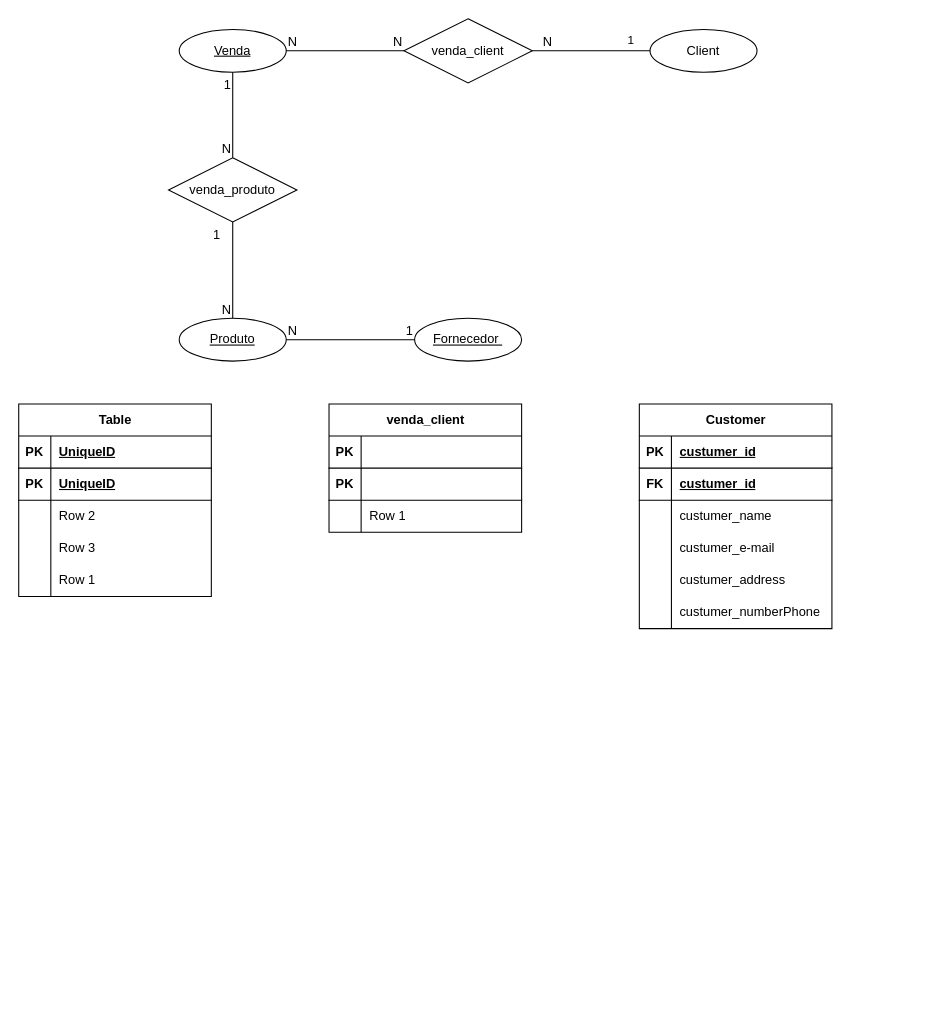
g-birocci/estudos keeps this draw.io diagram as trab_bd.drawio. Above is the earlier version. Source tidied: cells renumbered, new cells numbered last; positions are measured from the earlier drawing's top-left corner, leaving out a move shared by most shapes. Both pictures are drawn from the tidied source at 107%, with x=0, y=0 at pixel (18, 18).
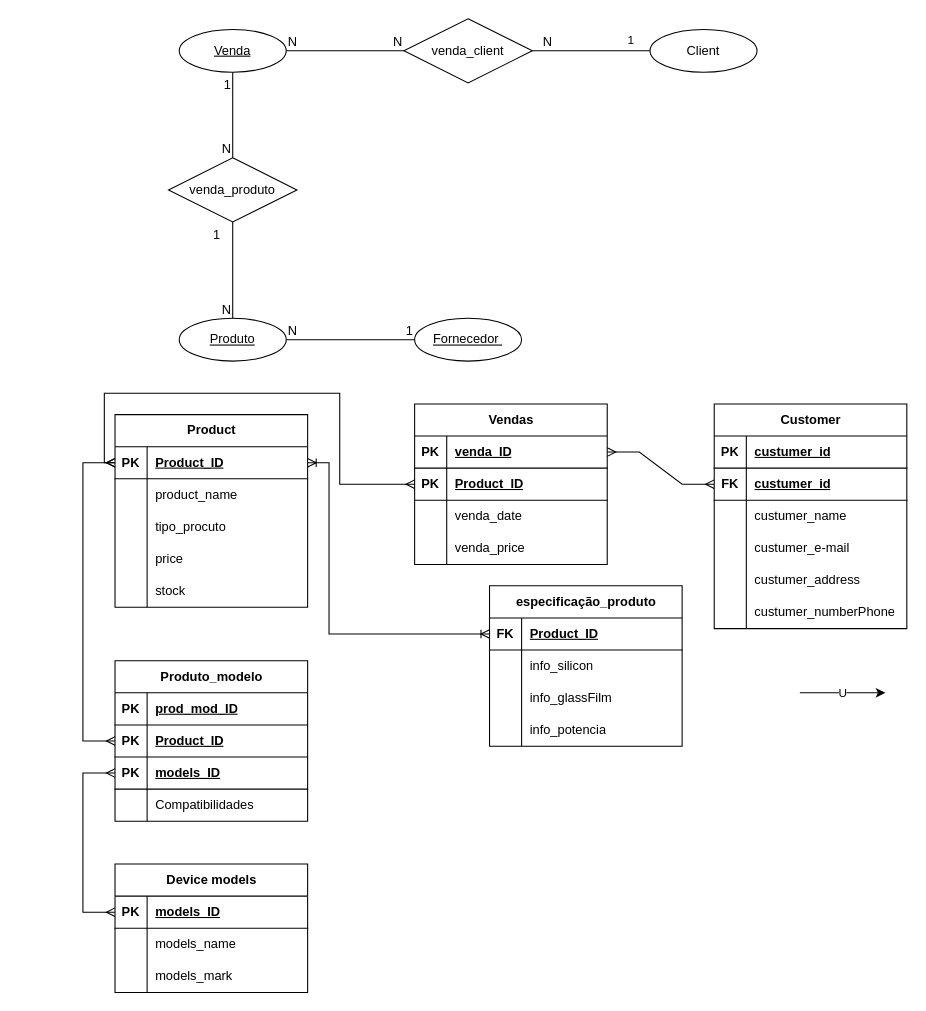
The same diagram, later.

The change refers to these unchanged cells:
```xml
<mxCell id="26" style="shape=tableRow;horizontal=0;startSize=0;swimlaneHead=0;swimlaneBody=0;fillColor=none;points=[[0,0.5],[1,0.5]];portConstraint=eastwest;top=0;left=0;right=0;bottom=1;" parent="22" vertex="1">
  <mxGeometry y="60" width="180" height="30" as="geometry" />
</mxCell>
<mxCell id="42" style="shape=tableRow;horizontal=0;startSize=0;swimlaneHead=0;swimlaneBody=0;fillColor=none;points=[[0,0.5],[1,0.5]];portConstraint=eastwest;top=0;left=0;right=0;bottom=1;" parent="41" vertex="1">
  <mxGeometry y="30" width="180" height="30" as="geometry" />
</mxCell>
<mxCell id="45" style="shape=tableRow;horizontal=0;startSize=0;swimlaneHead=0;swimlaneBody=0;fillColor=none;points=[[0,0.5],[1,0.5]];portConstraint=eastwest;top=0;left=0;right=0;bottom=1;" parent="41" vertex="1">
  <mxGeometry y="60" width="180" height="30" as="geometry" />
</mxCell>
<mxCell id="48" style="shape=tableRow;horizontal=0;startSize=0;swimlaneHead=0;swimlaneBody=0;fillColor=none;top=0;left=0;right=0;bottom=0;" parent="41" vertex="1">
  <mxGeometry y="90" width="180" height="30" as="geometry" />
</mxCell>
<mxCell id="51" style="shape=tableRow;horizontal=0;startSize=0;swimlaneHead=0;swimlaneBody=0;fillColor=none;top=0;left=0;right=0;bottom=0;" parent="41" vertex="1">
  <mxGeometry y="120" width="180" height="30" as="geometry" />
</mxCell>
```

The edit, as a diff of the source:
```diff
@@
+    <mxCell id="67" value="Produto_modelo" style="shape=table;startSize=30;childLayout=tableLayout;rowLines=0;fontStyle=1;align=center;html=1;" parent="1" vertex="1">
+      <mxGeometry x="90" y="600" width="180" height="150" as="geometry" />
+    </mxCell>
+    <mxCell id="68" style="shape=tableRow;horizontal=0;startSize=0;swimlaneHead=0;swimlaneBody=0;fillColor=none;top=0;left=0;right=0;bottom=1;" parent="67" vertex="1">
+      <mxGeometry y="30" width="180" height="30" as="geometry" />
+    </mxCell>
+    <mxCell id="69" value="PK" style="shape=partialRectangle;fillColor=none;top=0;left=0;bottom=0;right=0;fontStyle=1;overflow=hidden;whiteSpace=wrap;html=1;" parent="68" vertex="1">
+      <mxGeometry width="30" height="30" as="geometry" />
+    </mxCell>
+    <mxCell id="70" value="prod_mod_ID" style="shape=partialRectangle;fillColor=none;top=0;left=0;bottom=0;right=0;align=left;spacingLeft=6;fontStyle=5;overflow=hidden;whiteSpace=wrap;html=1;" parent="68" vertex="1">
+      <mxGeometry x="30" width="150" height="30" as="geometry" />
+    </mxCell>
+    <mxCell id="61" style="shape=tableRow;horizontal=0;startSize=0;swimlaneHead=0;swimlaneBody=0;fillColor=none;points=[[0,0.5],[1,0.5]];portConstraint=eastwest;top=0;left=0;right=0;bottom=1;" parent="67" vertex="1">
+      <mxGeometry y="60" width="180" height="30" as="geometry" />
+    </mxCell>
+    <mxCell id="71" value="PK" style="shape=partialRectangle;fillColor=none;top=0;left=0;bottom=0;right=0;fontStyle=1;overflow=hidden;whiteSpace=wrap;html=1;" parent="61" vertex="1">
+      <mxGeometry width="30" height="30" as="geometry" />
+    </mxCell>
+    <mxCell id="72" value="Product_ID" style="shape=partialRectangle;fillColor=none;top=0;left=0;bottom=0;right=0;align=left;spacingLeft=6;fontStyle=5;overflow=hidden;whiteSpace=wrap;html=1;" parent="61" vertex="1">
+      <mxGeometry x="30" width="150" height="30" as="geometry" />
+    </mxCell>
+    <mxCell id="73" style="shape=tableRow;horizontal=0;startSize=0;swimlaneHead=0;swimlaneBody=0;fillColor=none;points=[[0,0.5],[1,0.5]];portConstraint=eastwest;top=0;left=0;right=0;bottom=1;" parent="67" vertex="1">
+      <mxGeometry y="90" width="180" height="30" as="geometry" />
+    </mxCell>
+    <mxCell id="74" value="PK" style="shape=partialRectangle;fillColor=none;top=0;left=0;bottom=0;right=0;fontStyle=1;overflow=hidden;whiteSpace=wrap;html=1;" parent="73" vertex="1">
+      <mxGeometry width="30" height="30" as="geometry" />
+    </mxCell>
+    <mxCell id="75" value="models_ID" style="shape=partialRectangle;fillColor=none;top=0;left=0;bottom=0;right=0;align=left;spacingLeft=6;fontStyle=5;overflow=hidden;whiteSpace=wrap;html=1;" parent="73" vertex="1">
+      <mxGeometry x="30" width="150" height="30" as="geometry" />
+    </mxCell>
+    <mxCell id="76" style="shape=tableRow;horizontal=0;startSize=0;swimlaneHead=0;swimlaneBody=0;fillColor=none;top=0;left=0;right=0;bottom=0;" parent="67" vertex="1">
+      <mxGeometry y="120" width="180" height="30" as="geometry" />
+    </mxCell>
+    <mxCell id="77" style="shape=partialRectangle;fillColor=none;top=0;left=0;bottom=0;right=0;overflow=hidden;whiteSpace=wrap;html=1;" parent="76" vertex="1">
+      <mxGeometry width="30" height="30" as="geometry" />
+    </mxCell>
+    <mxCell id="78" value="Compatibilidades&amp;nbsp;" style="shape=partialRectangle;fillColor=none;top=0;left=0;bottom=0;right=0;align=left;spacingLeft=6;overflow=hidden;whiteSpace=wrap;html=1;" parent="76" vertex="1">
+      <mxGeometry x="30" width="150" height="30" as="geometry" />
+    </mxCell>
@@
     <mxCell id="22" value="Customer" style="shape=table;startSize=30;childLayout=tableLayout;rowLines=0;fontStyle=1;align=center;html=1;" parent="1" vertex="1">
-      <mxGeometry x="580" y="360" width="180" height="210" as="geometry" />
+      <mxGeometry x="650" y="360" width="180" height="210" as="geometry" />
     </mxCell>
@@
-    <mxCell id="41" value="Table" style="shape=table;startSize=30;childLayout=tableLayout;rowLines=0;fontStyle=1;align=center;html=1;" parent="1" vertex="1">
-      <mxGeometry y="360" width="180" height="180" as="geometry" />
+    <mxCell id="41" value="Vendas" style="shape=table;startSize=30;childLayout=tableLayout;rowLines=0;fontStyle=1;align=center;html=1;" parent="1" vertex="1">
+      <mxGeometry x="370" y="360" width="180" height="150" as="geometry" />
     </mxCell>
@@
-    <mxCell id="44" value="UniqueID" style="shape=partialRectangle;fillColor=none;top=0;left=0;bottom=0;right=0;align=left;spacingLeft=6;fontStyle=5;overflow=hidden;whiteSpace=wrap;html=1;" parent="42" vertex="1">
+    <mxCell id="44" value="venda_ID" style="shape=partialRectangle;fillColor=none;top=0;left=0;bottom=0;right=0;align=left;spacingLeft=6;fontStyle=5;overflow=hidden;whiteSpace=wrap;html=1;" parent="42" vertex="1">
       <mxGeometry x="30" width="150" height="30" as="geometry" />
     </mxCell>
@@
-    <mxCell id="47" value="UniqueID" style="shape=partialRectangle;fillColor=none;top=0;left=0;bottom=0;right=0;align=left;spacingLeft=6;fontStyle=5;overflow=hidden;whiteSpace=wrap;html=1;" parent="45" vertex="1">
+    <mxCell id="47" value="Product_ID" style="shape=partialRectangle;fillColor=none;top=0;left=0;bottom=0;right=0;align=left;spacingLeft=6;fontStyle=5;overflow=hidden;whiteSpace=wrap;html=1;" parent="45" vertex="1">
       <mxGeometry x="30" width="150" height="30" as="geometry" />
     </mxCell>
@@
-    <mxCell id="50" value="Row 2" style="shape=partialRectangle;fillColor=none;top=0;left=0;bottom=0;right=0;align=left;spacingLeft=6;overflow=hidden;whiteSpace=wrap;html=1;" parent="48" vertex="1">
+    <mxCell id="50" value="venda_date" style="shape=partialRectangle;fillColor=none;top=0;left=0;bottom=0;right=0;align=left;spacingLeft=6;overflow=hidden;whiteSpace=wrap;html=1;" parent="48" vertex="1">
       <mxGeometry x="30" width="150" height="30" as="geometry" />
     </mxCell>
@@
-    <mxCell id="53" value="Row 3" style="shape=partialRectangle;fillColor=none;top=0;left=0;bottom=0;right=0;align=left;spacingLeft=6;overflow=hidden;whiteSpace=wrap;html=1;" parent="51" vertex="1">
+    <mxCell id="53" value="venda_price" style="shape=partialRectangle;fillColor=none;top=0;left=0;bottom=0;right=0;align=left;spacingLeft=6;overflow=hidden;whiteSpace=wrap;html=1;" parent="51" vertex="1">
       <mxGeometry x="30" width="150" height="30" as="geometry" />
     </mxCell>
+    <mxCell id="79" style="edgeStyle=entityRelationEdgeStyle;fontSize=12;html=1;endArrow=ERmany;startArrow=ERmany;rounded=0;exitX=1;exitY=0.5;exitDx=0;exitDy=0;entryX=0;entryY=0.5;entryDx=0;entryDy=0;" parent="1" edge="1" source="42" target="26">
+      <mxGeometry relative="1" as="geometry" />
+    </mxCell>
+    <mxCell id="80" style="edgeStyle=orthogonalEdgeStyle;fontSize=12;html=1;endArrow=ERmany;startArrow=ERmany;rounded=0;exitX=0;exitY=0.5;exitDx=0;exitDy=0;entryX=0;entryY=0.5;entryDx=0;entryDy=0;" parent="1" edge="1" source="82" target="45">
+      <mxGeometry relative="1" as="geometry">
+        <Array as="points">
+          <mxPoint x="80" y="415" />
+          <mxPoint x="80" y="350" />
+          <mxPoint x="300" y="350" />
+          <mxPoint x="300" y="435" />
+        </Array>
+      </mxGeometry>
+    </mxCell>
+    <mxCell id="81" value="Product" style="shape=table;startSize=30;childLayout=tableLayout;rowLines=0;fontStyle=1;align=center;html=1;" parent="1" vertex="1">
+      <mxGeometry x="90" y="370" width="180" height="180" as="geometry" />
+    </mxCell>
+    <mxCell id="82" style="shape=tableRow;horizontal=0;startSize=0;swimlaneHead=0;swimlaneBody=0;fillColor=none;points=[[0,0.5],[1,0.5]];portConstraint=eastwest;top=0;left=0;right=0;bottom=1;" parent="81" vertex="1">
+      <mxGeometry y="30" width="180" height="30" as="geometry" />
+    </mxCell>
+    <mxCell id="83" value="PK" style="shape=partialRectangle;fillColor=none;top=0;left=0;bottom=0;right=0;fontStyle=1;overflow=hidden;whiteSpace=wrap;html=1;" parent="82" vertex="1">
+      <mxGeometry width="30" height="30" as="geometry" />
+    </mxCell>
+    <mxCell id="84" value="Product_ID" style="shape=partialRectangle;fillColor=none;top=0;left=0;bottom=0;right=0;align=left;spacingLeft=6;fontStyle=5;overflow=hidden;whiteSpace=wrap;html=1;" parent="82" vertex="1">
+      <mxGeometry x="30" width="150" height="30" as="geometry" />
+    </mxCell>
+    <mxCell id="85" style="shape=tableRow;horizontal=0;startSize=0;swimlaneHead=0;swimlaneBody=0;fillColor=none;top=0;left=0;right=0;bottom=0;" parent="81" vertex="1">
+      <mxGeometry y="60" width="180" height="30" as="geometry" />
+    </mxCell>
+    <mxCell id="86" style="shape=partialRectangle;fillColor=none;top=0;left=0;bottom=0;right=0;overflow=hidden;whiteSpace=wrap;html=1;" parent="85" vertex="1">
+      <mxGeometry width="30" height="30" as="geometry" />
+    </mxCell>
+    <mxCell id="87" value="product_name" style="shape=partialRectangle;fillColor=none;top=0;left=0;bottom=0;right=0;align=left;spacingLeft=6;overflow=hidden;whiteSpace=wrap;html=1;" parent="85" vertex="1">
+      <mxGeometry x="30" width="150" height="30" as="geometry" />
+    </mxCell>
+    <mxCell id="88" style="shape=tableRow;horizontal=0;startSize=0;swimlaneHead=0;swimlaneBody=0;fillColor=none;top=0;left=0;right=0;bottom=0;" parent="81" vertex="1">
+      <mxGeometry y="90" width="180" height="30" as="geometry" />
+    </mxCell>
+    <mxCell id="89" style="shape=partialRectangle;fillColor=none;top=0;left=0;bottom=0;right=0;overflow=hidden;whiteSpace=wrap;html=1;" parent="88" vertex="1">
+      <mxGeometry width="30" height="30" as="geometry" />
+    </mxCell>
+    <mxCell id="90" value="tipo_procuto" style="shape=partialRectangle;fillColor=none;top=0;left=0;bottom=0;right=0;align=left;spacingLeft=6;overflow=hidden;whiteSpace=wrap;html=1;" parent="88" vertex="1">
+      <mxGeometry x="30" width="150" height="30" as="geometry" />
+    </mxCell>
+    <mxCell id="91" style="shape=tableRow;horizontal=0;startSize=0;swimlaneHead=0;swimlaneBody=0;fillColor=none;top=0;left=0;right=0;bottom=0;" parent="81" vertex="1">
+      <mxGeometry y="120" width="180" height="30" as="geometry" />
+    </mxCell>
+    <mxCell id="92" style="shape=partialRectangle;fillColor=none;top=0;left=0;bottom=0;right=0;overflow=hidden;whiteSpace=wrap;html=1;" parent="91" vertex="1">
+      <mxGeometry width="30" height="30" as="geometry" />
+    </mxCell>
+    <mxCell id="93" value="price" style="shape=partialRectangle;fillColor=none;top=0;left=0;bottom=0;right=0;align=left;spacingLeft=6;overflow=hidden;whiteSpace=wrap;html=1;" parent="91" vertex="1">
+      <mxGeometry x="30" width="150" height="30" as="geometry" />
+    </mxCell>
-    <mxCell id="54" style="shape=tableRow;horizontal=0;startSize=0;swimlaneHead=0;swimlaneBody=0;fillColor=none;top=0;left=0;right=0;bottom=0;" parent="41" vertex="1">
+    <mxCell id="54" style="shape=tableRow;horizontal=0;startSize=0;swimlaneHead=0;swimlaneBody=0;fillColor=none;top=0;left=0;right=0;bottom=0;" parent="81" vertex="1">
       <mxGeometry y="150" width="180" height="30" as="geometry" />
     </mxCell>
-    <mxCell id="55" style="shape=partialRectangle;fillColor=none;top=0;left=0;bottom=0;right=0;overflow=hidden;whiteSpace=wrap;html=1;" parent="54" vertex="1">
-      <mxGeometry width="30" height="30" as="geometry" />
-    </mxCell>
-    <mxCell id="56" value="Row 1" style="shape=partialRectangle;fillColor=none;top=0;left=0;bottom=0;right=0;align=left;spacingLeft=6;overflow=hidden;whiteSpace=wrap;html=1;" parent="54" vertex="1">
-      <mxGeometry x="30" width="150" height="30" as="geometry" />
-    </mxCell>
-    <mxCell id="57" value="venda_client" style="shape=table;startSize=30;childLayout=tableLayout;rowLines=0;fontStyle=1;align=center;html=1;" parent="1" vertex="1">
-      <mxGeometry x="290" y="360" width="180" height="120" as="geometry" />
-    </mxCell>
-    <mxCell id="58" style="shape=tableRow;horizontal=0;startSize=0;swimlaneHead=0;swimlaneBody=0;fillColor=none;top=0;left=0;right=0;bottom=1;" parent="57" vertex="1">
-      <mxGeometry y="30" width="180" height="30" as="geometry" />
-    </mxCell>
-    <mxCell id="59" value="PK" style="shape=partialRectangle;fillColor=none;top=0;left=0;bottom=0;right=0;fontStyle=1;overflow=hidden;whiteSpace=wrap;html=1;" parent="58" vertex="1">
-      <mxGeometry width="30" height="30" as="geometry" />
-    </mxCell>
-    <mxCell id="60" style="shape=partialRectangle;fillColor=none;top=0;left=0;bottom=0;right=0;align=left;spacingLeft=6;fontStyle=5;overflow=hidden;whiteSpace=wrap;html=1;" parent="58" vertex="1">
-      <mxGeometry x="30" width="150" height="30" as="geometry" />
-    </mxCell>
-    <mxCell id="61" style="shape=tableRow;horizontal=0;startSize=0;swimlaneHead=0;swimlaneBody=0;fillColor=none;points=[[0,0.5],[1,0.5]];portConstraint=eastwest;top=0;left=0;right=0;bottom=1;" parent="57" vertex="1">
-      <mxGeometry y="60" width="180" height="30" as="geometry" />
-    </mxCell>
-    <mxCell id="62" value="PK" style="shape=partialRectangle;fillColor=none;top=0;left=0;bottom=0;right=0;fontStyle=1;overflow=hidden;whiteSpace=wrap;html=1;" parent="61" vertex="1">
-      <mxGeometry width="30" height="30" as="geometry" />
-    </mxCell>
-    <mxCell id="63" style="shape=partialRectangle;fillColor=none;top=0;left=0;bottom=0;right=0;align=left;spacingLeft=6;fontStyle=5;overflow=hidden;whiteSpace=wrap;html=1;" parent="61" vertex="1">
-      <mxGeometry x="30" width="150" height="30" as="geometry" />
-    </mxCell>
-    <mxCell id="64" style="shape=tableRow;horizontal=0;startSize=0;swimlaneHead=0;swimlaneBody=0;fillColor=none;top=0;left=0;right=0;bottom=0;" parent="57" vertex="1">
-      <mxGeometry y="90" width="180" height="30" as="geometry" />
-    </mxCell>
-    <mxCell id="65" style="shape=partialRectangle;fillColor=none;top=0;left=0;bottom=0;right=0;overflow=hidden;whiteSpace=wrap;html=1;" parent="64" vertex="1">
-      <mxGeometry width="30" height="30" as="geometry" />
-    </mxCell>
-    <mxCell id="66" value="Row 1" style="shape=partialRectangle;fillColor=none;top=0;left=0;bottom=0;right=0;align=left;spacingLeft=6;overflow=hidden;whiteSpace=wrap;html=1;" parent="64" vertex="1">
-      <mxGeometry x="30" width="150" height="30" as="geometry" />
-    </mxCell>
+    <mxCell id="94" style="shape=partialRectangle;fillColor=none;top=0;left=0;bottom=0;right=0;overflow=hidden;whiteSpace=wrap;html=1;" parent="54" vertex="1">
+      <mxGeometry width="30" height="30" as="geometry" />
+    </mxCell>
+    <mxCell id="95" value="stock" style="shape=partialRectangle;fillColor=none;top=0;left=0;bottom=0;right=0;align=left;spacingLeft=6;overflow=hidden;whiteSpace=wrap;html=1;" parent="54" vertex="1">
+      <mxGeometry x="30" width="150" height="30" as="geometry" />
+    </mxCell>
+    <mxCell id="96" value="Device models" style="shape=table;startSize=30;childLayout=tableLayout;rowLines=0;fontStyle=1;align=center;html=1;" parent="1" vertex="1">
+      <mxGeometry x="90" y="790" width="180" height="120" as="geometry" />
+    </mxCell>
+    <mxCell id="97" style="shape=tableRow;horizontal=0;startSize=0;swimlaneHead=0;swimlaneBody=0;fillColor=none;points=[[0,0.5],[1,0.5]];portConstraint=eastwest;top=0;left=0;right=0;bottom=1;" parent="96" vertex="1">
+      <mxGeometry y="30" width="180" height="30" as="geometry" />
+    </mxCell>
+    <mxCell id="98" value="PK" style="shape=partialRectangle;fillColor=none;top=0;left=0;bottom=0;right=0;fontStyle=1;overflow=hidden;whiteSpace=wrap;html=1;" parent="97" vertex="1">
+      <mxGeometry width="30" height="30" as="geometry" />
+    </mxCell>
+    <mxCell id="99" value="models_ID" style="shape=partialRectangle;fillColor=none;top=0;left=0;bottom=0;right=0;align=left;spacingLeft=6;fontStyle=5;overflow=hidden;whiteSpace=wrap;html=1;" parent="97" vertex="1">
+      <mxGeometry x="30" width="150" height="30" as="geometry" />
+    </mxCell>
+    <mxCell id="100" style="shape=tableRow;horizontal=0;startSize=0;swimlaneHead=0;swimlaneBody=0;fillColor=none;top=0;left=0;right=0;bottom=0;" parent="96" vertex="1">
+      <mxGeometry y="60" width="180" height="30" as="geometry" />
+    </mxCell>
+    <mxCell id="101" style="shape=partialRectangle;fillColor=none;top=0;left=0;bottom=0;right=0;overflow=hidden;whiteSpace=wrap;html=1;" parent="100" vertex="1">
+      <mxGeometry width="30" height="30" as="geometry" />
+    </mxCell>
+    <mxCell id="102" value="models_name" style="shape=partialRectangle;fillColor=none;top=0;left=0;bottom=0;right=0;align=left;spacingLeft=6;overflow=hidden;whiteSpace=wrap;html=1;" parent="100" vertex="1">
+      <mxGeometry x="30" width="150" height="30" as="geometry" />
+    </mxCell>
+    <mxCell id="103" style="shape=tableRow;horizontal=0;startSize=0;swimlaneHead=0;swimlaneBody=0;fillColor=none;top=0;left=0;right=0;bottom=0;" parent="96" vertex="1">
+      <mxGeometry y="90" width="180" height="30" as="geometry" />
+    </mxCell>
+    <mxCell id="104" style="shape=partialRectangle;fillColor=none;top=0;left=0;bottom=0;right=0;overflow=hidden;whiteSpace=wrap;html=1;" parent="103" vertex="1">
+      <mxGeometry width="30" height="30" as="geometry" />
+    </mxCell>
+    <mxCell id="105" value="models_mark" style="shape=partialRectangle;fillColor=none;top=0;left=0;bottom=0;right=0;align=left;spacingLeft=6;overflow=hidden;whiteSpace=wrap;html=1;" parent="103" vertex="1">
+      <mxGeometry x="30" width="150" height="30" as="geometry" />
+    </mxCell>
+    <mxCell id="106" value="especificação_produto" style="shape=table;startSize=30;childLayout=tableLayout;rowLines=0;fontStyle=1;align=center;html=1;" parent="1" vertex="1">
+      <mxGeometry x="440" y="530" width="180" height="150" as="geometry" />
+    </mxCell>
+    <mxCell id="107" style="shape=tableRow;horizontal=0;startSize=0;swimlaneHead=0;swimlaneBody=0;fillColor=none;points=[[0,0.5],[1,0.5]];portConstraint=eastwest;top=0;left=0;right=0;bottom=1;" parent="106" vertex="1">
+      <mxGeometry y="30" width="180" height="30" as="geometry" />
+    </mxCell>
+    <mxCell id="108" value="FK" style="shape=partialRectangle;fillColor=none;top=0;left=0;bottom=0;right=0;fontStyle=1;overflow=hidden;whiteSpace=wrap;html=1;" parent="107" vertex="1">
+      <mxGeometry width="30" height="30" as="geometry" />
+    </mxCell>
+    <mxCell id="109" value="Product_ID" style="shape=partialRectangle;fillColor=none;top=0;left=0;bottom=0;right=0;align=left;spacingLeft=6;fontStyle=5;overflow=hidden;whiteSpace=wrap;html=1;" parent="107" vertex="1">
+      <mxGeometry x="30" width="150" height="30" as="geometry" />
+    </mxCell>
+    <mxCell id="110" style="shape=tableRow;horizontal=0;startSize=0;swimlaneHead=0;swimlaneBody=0;fillColor=none;top=0;left=0;right=0;bottom=0;" parent="106" vertex="1">
+      <mxGeometry y="60" width="180" height="30" as="geometry" />
+    </mxCell>
+    <mxCell id="111" style="shape=partialRectangle;fillColor=none;top=0;left=0;bottom=0;right=0;overflow=hidden;whiteSpace=wrap;html=1;" parent="110" vertex="1">
+      <mxGeometry width="30" height="30" as="geometry" />
+    </mxCell>
+    <mxCell id="112" value="info_silicon" style="shape=partialRectangle;fillColor=none;top=0;left=0;bottom=0;right=0;align=left;spacingLeft=6;overflow=hidden;whiteSpace=wrap;html=1;" parent="110" vertex="1">
+      <mxGeometry x="30" width="150" height="30" as="geometry" />
+    </mxCell>
+    <mxCell id="113" style="shape=tableRow;horizontal=0;startSize=0;swimlaneHead=0;swimlaneBody=0;fillColor=none;top=0;left=0;right=0;bottom=0;" parent="106" vertex="1">
+      <mxGeometry y="90" width="180" height="30" as="geometry" />
+    </mxCell>
+    <mxCell id="114" style="shape=partialRectangle;fillColor=none;top=0;left=0;bottom=0;right=0;overflow=hidden;whiteSpace=wrap;html=1;" parent="113" vertex="1">
+      <mxGeometry width="30" height="30" as="geometry" />
+    </mxCell>
+    <mxCell id="115" value="info_glassFilm" style="shape=partialRectangle;fillColor=none;top=0;left=0;bottom=0;right=0;align=left;spacingLeft=6;overflow=hidden;whiteSpace=wrap;html=1;" parent="113" vertex="1">
+      <mxGeometry x="30" width="150" height="30" as="geometry" />
+    </mxCell>
+    <mxCell id="116" style="shape=tableRow;horizontal=0;startSize=0;swimlaneHead=0;swimlaneBody=0;fillColor=none;top=0;left=0;right=0;bottom=0;" parent="106" vertex="1">
+      <mxGeometry y="120" width="180" height="30" as="geometry" />
+    </mxCell>
+    <mxCell id="117" style="shape=partialRectangle;fillColor=none;top=0;left=0;bottom=0;right=0;overflow=hidden;whiteSpace=wrap;html=1;" parent="116" vertex="1">
+      <mxGeometry width="30" height="30" as="geometry" />
+    </mxCell>
+    <mxCell id="118" value="info_potencia" style="shape=partialRectangle;fillColor=none;top=0;left=0;bottom=0;right=0;align=left;spacingLeft=6;overflow=hidden;whiteSpace=wrap;html=1;" parent="116" vertex="1">
+      <mxGeometry x="30" width="150" height="30" as="geometry" />
+    </mxCell>
+    <mxCell id="119" style="fontSize=12;html=1;endArrow=ERoneToMany;startArrow=ERoneToMany;rounded=0;exitX=1;exitY=0.5;exitDx=0;exitDy=0;entryX=0;entryY=0.5;entryDx=0;entryDy=0;edgeStyle=orthogonalEdgeStyle;" parent="1" edge="1" source="82" target="107">
+      <mxGeometry relative="1" as="geometry">
+        <Array as="points">
+          <mxPoint x="290" y="415" />
+          <mxPoint x="290" y="575" />
+        </Array>
+      </mxGeometry>
+    </mxCell>
+    <mxCell id="120" style="edgeStyle=orthogonalEdgeStyle;fontSize=12;html=1;endArrow=ERmany;startArrow=ERmany;rounded=0;entryX=0;entryY=0.5;entryDx=0;entryDy=0;exitX=0;exitY=0.5;exitDx=0;exitDy=0;" parent="1" edge="1" source="61" target="82">
+      <mxGeometry relative="1" as="geometry">
+        <Array as="points">
+          <mxPoint x="60" y="675" />
+          <mxPoint x="60" y="415" />
+        </Array>
+      </mxGeometry>
+    </mxCell>
+    <mxCell id="121" style="edgeStyle=orthogonalEdgeStyle;fontSize=12;html=1;endArrow=ERmany;startArrow=ERmany;rounded=0;exitX=0;exitY=0.5;exitDx=0;exitDy=0;entryX=0;entryY=0.5;entryDx=0;entryDy=0;" parent="1" edge="1" source="97" target="73">
+      <mxGeometry relative="1" as="geometry">
+        <Array as="points">
+          <mxPoint x="60" y="835" />
+          <mxPoint x="60" y="705" />
+        </Array>
+      </mxGeometry>
+    </mxCell>
+    <mxCell id="122" value="U" style="edgeStyle=none;orthogonalLoop=1;jettySize=auto;html=1;rounded=0;" parent="1" edge="1">
+      <mxGeometry relative="1" as="geometry">
+        <mxPoint x="730" y="630" as="sourcePoint" />
+        <mxPoint x="810" y="630" as="targetPoint" />
+      </mxGeometry>
+    </mxCell>
```
